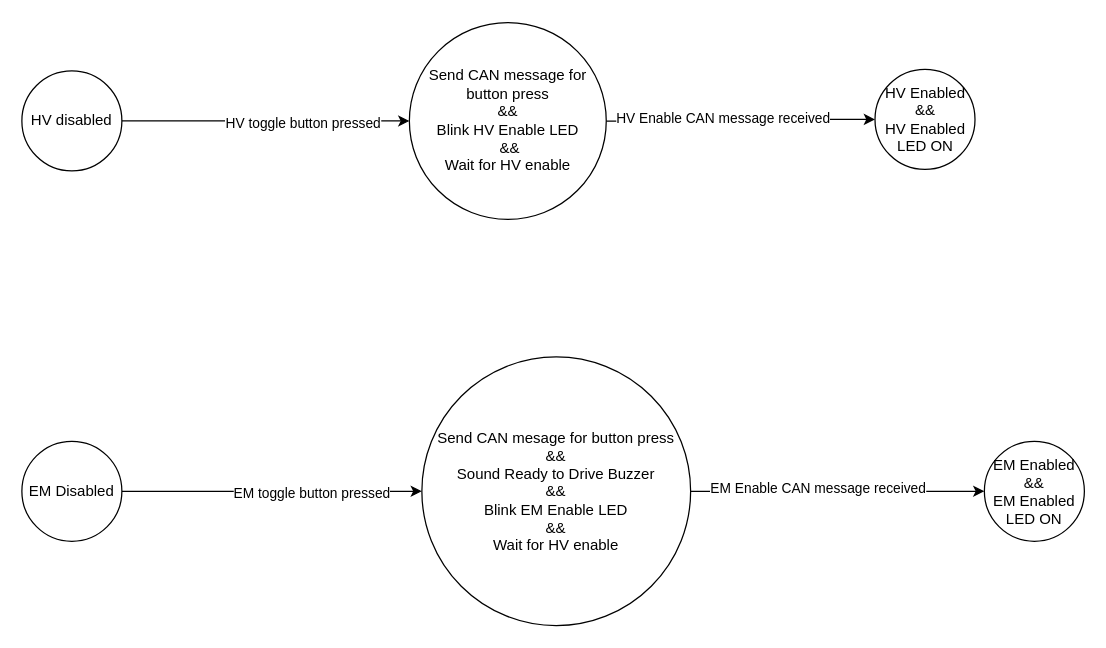
The draw.io diagram Docs/state-machines/DCU.drawio in UWaterloo-Formula-Electric/firmware, before the edit. Source tidied: cells renumbered, new cells numbered last; positions are measured from the earlier drawing's top-left corner, leaving out a move shared by most shapes. Both pictures are drawn from the tidied source at 125%, with x=0, y=0 at pixel (21, 21).
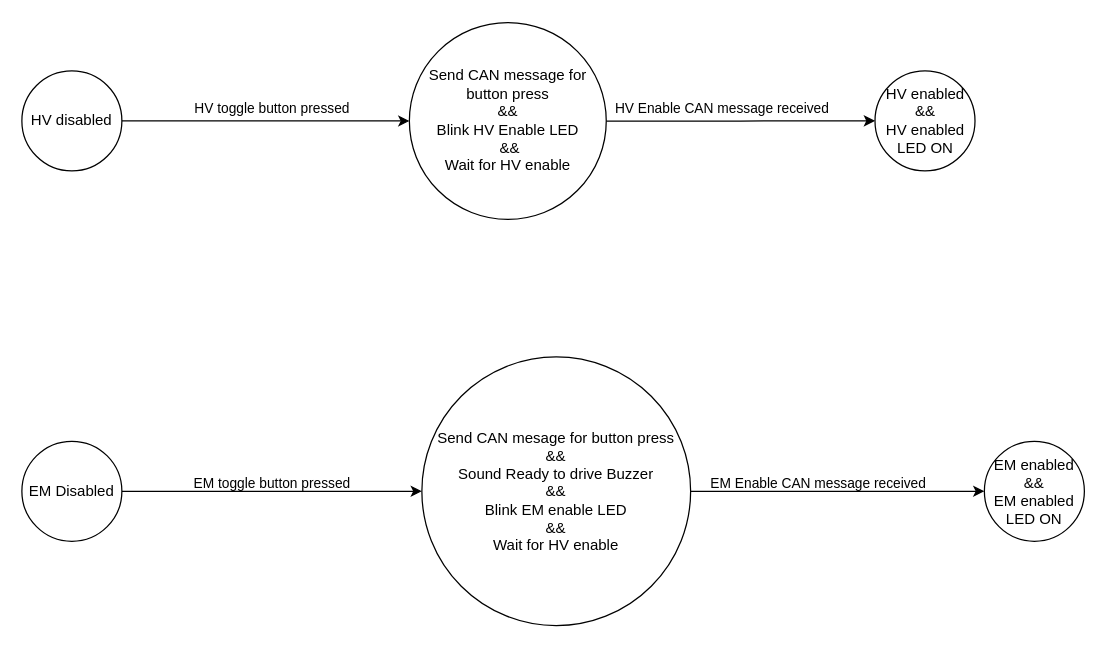
The same page after the edit.

Commit message (it also covers changes not shown here):
Export state machine PNG

The edit, as a diff of the source:
```diff
@@
 <mxGraphModel>
   <root>
     <mxCell id="0" />
     <mxCell id="1" parent="0" />
     <mxCell id="2" style="edgeStyle=orthogonalEdgeStyle;rounded=0;jettySize=auto;html=1;" parent="1" edge="1" source="4" target="7">
       <mxGeometry relative="1" as="geometry" />
     </mxCell>
-    <mxCell id="3" value="HV toggle button pressed" style="edgeLabel;html=1;align=center;verticalAlign=middle;" parent="2" vertex="1">
-      <mxGeometry x="0.26" y="-1" relative="1" as="geometry" />
+    <mxCell id="3" value="HV toggle button pressed" style="edgeLabel;html=1;align=center;verticalAlign=middle;labelBackgroundColor=none;" parent="2" vertex="1">
+      <mxGeometry x="0.26" y="-1" relative="1" as="geometry">
+        <mxPoint x="-25" y="-12.3" as="offset" />
+      </mxGeometry>
     </mxCell>
     <mxCell id="4" value="HV disabled" style="ellipse;whiteSpace=wrap;html=1;" parent="1" vertex="1">
       <mxGeometry y="39.2" width="80" height="80" as="geometry" />
     </mxCell>
     <mxCell id="5" style="edgeStyle=orthogonalEdgeStyle;rounded=0;jettySize=auto;html=1;" parent="1" edge="1" source="7" target="8">
       <mxGeometry relative="1" as="geometry" />
     </mxCell>
-    <mxCell id="6" value="HV Enable CAN message received" style="edgeLabel;html=1;align=center;verticalAlign=middle;" parent="5" vertex="1">
-      <mxGeometry x="-0.14" y="3" relative="1" as="geometry" />
+    <mxCell id="6" value="HV Enable CAN message received" style="edgeLabel;html=1;align=center;verticalAlign=middle;labelBackgroundColor=none;" parent="5" vertex="1">
+      <mxGeometry x="-0.14" y="3" relative="1" as="geometry">
+        <mxPoint y="-8.3" as="offset" />
+      </mxGeometry>
     </mxCell>
     <mxCell id="7" value="Send CAN message for button press&lt;br&gt;&amp;amp;&amp;amp;&lt;br&gt;Blink HV Enable LED&lt;br&gt;&amp;nbsp;&amp;amp;&amp;amp;&lt;br&gt;Wait for HV enable" style="ellipse;whiteSpace=wrap;html=1;" parent="1" vertex="1">
       <mxGeometry x="310" y="0.5" width="157.5" height="157.5" as="geometry" />
     </mxCell>
-    <mxCell id="8" value="HV Enabled&lt;br&gt;&amp;amp;&amp;amp;&lt;br&gt;HV Enabled LED ON" style="ellipse;whiteSpace=wrap;html=1;" parent="1" vertex="1">
-      <mxGeometry x="682.5" y="38" width="80" height="80" as="geometry" />
+    <mxCell id="8" value="HV enabled&lt;br&gt;&amp;amp;&amp;amp;&lt;br&gt;HV enabled LED ON" style="ellipse;whiteSpace=wrap;html=1;" parent="1" vertex="1">
+      <mxGeometry x="682.5" y="39.2" width="80" height="80" as="geometry" />
     </mxCell>
     <mxCell id="9" style="edgeStyle=orthogonalEdgeStyle;rounded=0;jettySize=auto;html=1;" parent="1" edge="1" source="11" target="14">
       <mxGeometry relative="1" as="geometry" />
     </mxCell>
-    <mxCell id="10" value="EM toggle button pressed" style="edgeLabel;html=1;align=center;verticalAlign=middle;" parent="9" vertex="1">
-      <mxGeometry x="0.26" y="-1" relative="1" as="geometry" />
+    <mxCell id="10" value="EM toggle button pressed" style="edgeLabel;align=center;verticalAlign=middle;html=1;labelBackgroundColor=none;" parent="9" vertex="1">
+      <mxGeometry x="0.26" y="-1" relative="1" as="geometry">
+        <mxPoint x="-32" y="-8.5" as="offset" />
+      </mxGeometry>
     </mxCell>
     <mxCell id="11" value="EM Disabled" style="ellipse;whiteSpace=wrap;html=1;" parent="1" vertex="1">
       <mxGeometry y="335.5" width="80" height="80" as="geometry" />
     </mxCell>
     <mxCell id="12" style="edgeStyle=orthogonalEdgeStyle;rounded=0;jettySize=auto;html=1;" parent="1" edge="1" source="14" target="15">
       <mxGeometry relative="1" as="geometry" />
     </mxCell>
-    <mxCell id="13" value="EM Enable CAN message received" style="edgeLabel;html=1;align=center;verticalAlign=middle;" parent="12" vertex="1">
-      <mxGeometry x="-0.14" y="3" relative="1" as="geometry" />
+    <mxCell id="13" value="EM Enable CAN message received" style="edgeLabel;html=1;align=center;verticalAlign=middle;labelBackgroundColor=none;" parent="12" vertex="1">
+      <mxGeometry x="-0.14" y="3" relative="1" as="geometry">
+        <mxPoint y="-4.5" as="offset" />
+      </mxGeometry>
     </mxCell>
-    <mxCell id="14" value="Send CAN mesage for button press&lt;br&gt;&amp;amp;&amp;amp;&lt;br&gt;Sound Ready to Drive Buzzer&lt;br&gt;&amp;amp;&amp;amp;&lt;br&gt;Blink EM Enable LED&lt;br&gt;&amp;amp;&amp;amp;&lt;br&gt;Wait for HV enable" style="ellipse;whiteSpace=wrap;html=1;" parent="1" vertex="1">
+    <mxCell id="14" value="Send CAN mesage for button press&lt;br&gt;&amp;amp;&amp;amp;&lt;br&gt;Sound Ready to drive Buzzer&lt;br&gt;&amp;amp;&amp;amp;&lt;br&gt;Blink EM enable LED&lt;br&gt;&amp;amp;&amp;amp;&lt;br&gt;Wait for HV enable" style="ellipse;whiteSpace=wrap;html=1;" parent="1" vertex="1">
       <mxGeometry x="320" y="268" width="215" height="215" as="geometry" />
     </mxCell>
-    <mxCell id="15" value="EM Enabled &amp;amp;&amp;amp;&lt;br&gt;EM Enabled LED ON" style="ellipse;whiteSpace=wrap;html=1;" parent="1" vertex="1">
+    <mxCell id="15" value="EM enabled &amp;amp;&amp;amp;&lt;br&gt;EM enabled LED ON" style="ellipse;whiteSpace=wrap;html=1;" parent="1" vertex="1">
       <mxGeometry x="770" y="335.5" width="80" height="80" as="geometry" />
     </mxCell>
   </root>
 </mxGraphModel>
```
